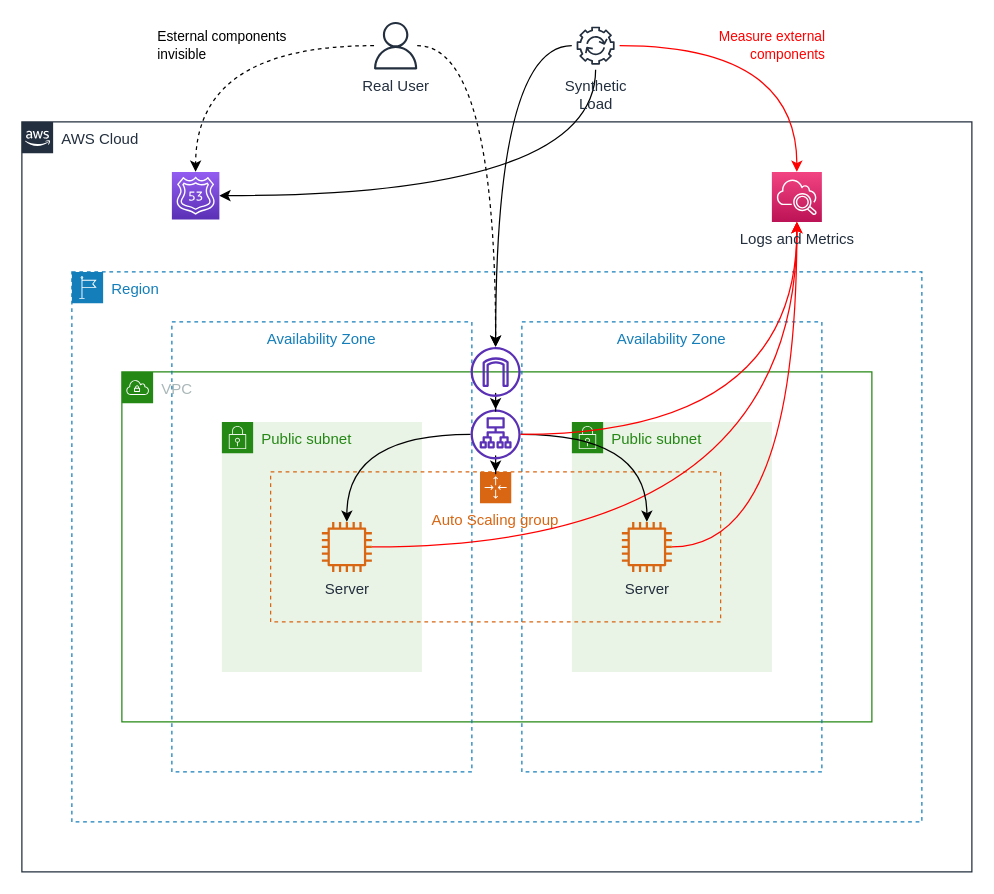
Above: workshop/static/BasicASG-with-user-and-synthetics.drawio in aws-samples/aws-fault-injection-simulator-workshop (draw.io), before the change. Source tidied: cells renumbered, new cells numbered last; positions are measured from the earlier drawing's top-left corner, leaving out a move shared by most shapes. Both pictures are drawn from the tidied source at 125%, with x=0, y=0 at pixel (21, 21).
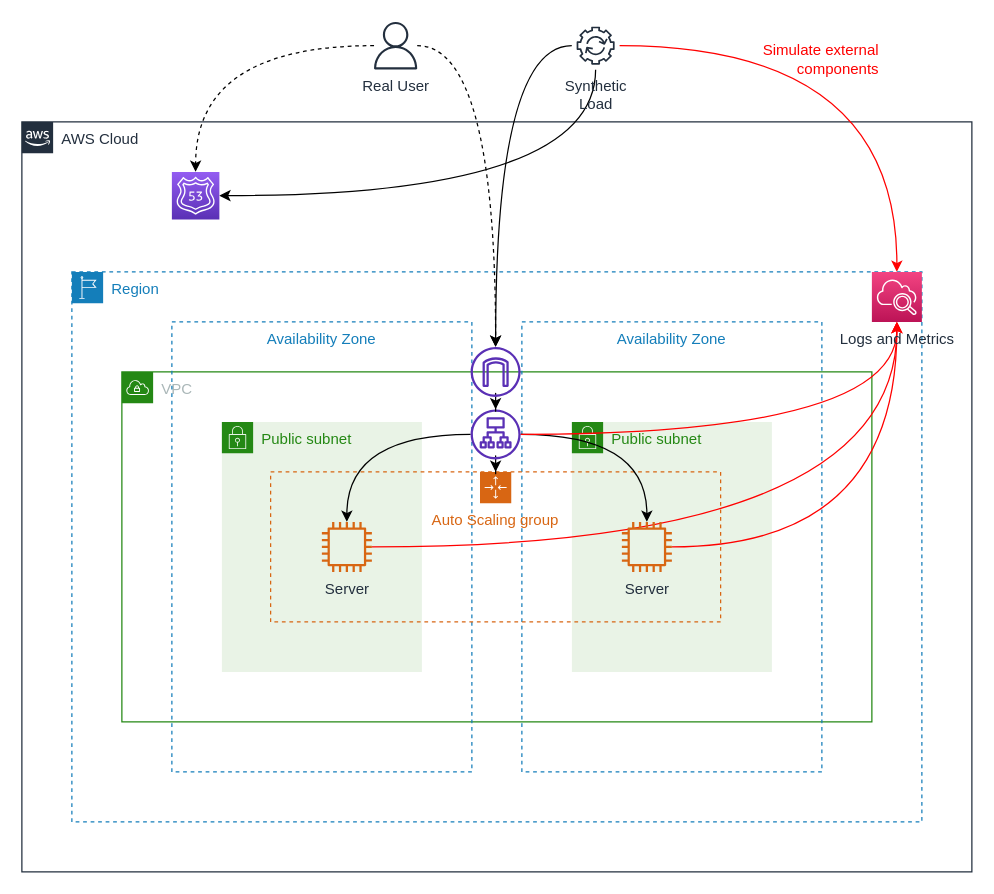
The same diagram, later.

Commit message (it also covers changes not shown here):
Fix images: typo for external, move cloudwatch into region, add external data logging visualization

Unchanged cells that the change refers to:
```xml
<mxCell id="23" value="Real User" style="outlineConnect=0;fontColor=#232F3E;gradientColor=none;fillColor=#232F3E;strokeColor=none;dashed=0;verticalLabelPosition=bottom;verticalAlign=top;align=center;html=1;fontSize=12;fontStyle=0;shape=mxgraph.aws4.user;" parent="1" vertex="1">
  <mxGeometry x="280" width="38" height="38" as="geometry" />
</mxCell>
<mxCell id="24" style="points=[[0,0,0],[0.25,0,0],[0.5,0,0],[0.75,0,0],[1,0,0],[0,1,0],[0.25,1,0],[0.5,1,0],[0.75,1,0],[1,1,0],[0,0.25,0],[0,0.5,0],[0,0.75,0],[1,0.25,0],[1,0.5,0],[1,0.75,0]];outlineConnect=0;fontColor=#232F3E;gradientColor=#945DF2;gradientDirection=north;fillColor=#5A30B5;strokeColor=#ffffff;dashed=0;verticalLabelPosition=bottom;verticalAlign=top;align=center;html=1;fontSize=12;fontStyle=0;shape=mxgraph.aws4.resourceIcon;resIcon=mxgraph.aws4.route_53;" parent="1" vertex="1">
  <mxGeometry x="120" y="120" width="38" height="38" as="geometry" />
</mxCell>
<mxCell id="29" value="Synthetic&lt;br&gt;Load" style="outlineConnect=0;fontColor=#232F3E;gradientColor=none;strokeColor=#232F3E;fillColor=#ffffff;dashed=0;verticalLabelPosition=bottom;verticalAlign=top;align=center;html=1;fontSize=12;fontStyle=0;shape=mxgraph.aws4.resourceIcon;resIcon=mxgraph.aws4.automation;" parent="1" vertex="1">
  <mxGeometry x="440" width="38" height="38" as="geometry" />
</mxCell>
```

Diff of the diagram source:
```diff
@@
-    <mxCell id="22" value="Esternal components&lt;br&gt;&lt;div style=&quot;text-align: left&quot;&gt;invisible&lt;/div&gt;" style="edgeStyle=orthogonalEdgeStyle;curved=1;rounded=0;jettySize=auto;html=1;dashed=1;labelBackgroundColor=none;" parent="1" edge="1" source="23" target="24">
+    <mxCell id="22" style="edgeStyle=orthogonalEdgeStyle;curved=1;rounded=0;jettySize=auto;html=1;dashed=1;labelBackgroundColor=none;" parent="1" edge="1" source="23" target="24">
       <mxGeometry relative="1" as="geometry" />
     </mxCell>
@@
     <mxCell id="25" value="Logs and Metrics" style="points=[[0,0,0],[0.25,0,0],[0.5,0,0],[0.75,0,0],[1,0,0],[0,1,0],[0.25,1,0],[0.5,1,0],[0.75,1,0],[1,1,0],[0,0.25,0],[0,0.5,0],[0,0.75,0],[1,0.25,0],[1,0.5,0],[1,0.75,0]];points=[[0,0,0],[0.25,0,0],[0.5,0,0],[0.75,0,0],[1,0,0],[0,1,0],[0.25,1,0],[0.5,1,0],[0.75,1,0],[1,1,0],[0,0.25,0],[0,0.5,0],[0,0.75,0],[1,0.25,0],[1,0.5,0],[1,0.75,0]];outlineConnect=0;fontColor=#232F3E;gradientColor=#F34482;gradientDirection=north;fillColor=#BC1356;strokeColor=#ffffff;dashed=0;verticalLabelPosition=bottom;verticalAlign=top;align=center;html=1;fontSize=12;fontStyle=0;shape=mxgraph.aws4.resourceIcon;resIcon=mxgraph.aws4.cloudwatch_2;" parent="1" vertex="1">
-      <mxGeometry x="600" y="120" width="40" height="40" as="geometry" />
+      <mxGeometry x="680" y="200" width="40" height="40" as="geometry" />
     </mxCell>
@@
-    <mxCell id="28" value="Measure external&lt;br&gt;&lt;div style=&quot;text-align: right&quot;&gt;components&lt;/div&gt;" style="edgeStyle=orthogonalEdgeStyle;curved=1;rounded=0;jettySize=auto;html=1;entryX=0.5;entryY=0;entryDx=0;entryDy=0;entryPerimeter=0;strokeColor=#FF0000;labelBackgroundColor=none;fontColor=#FF0000;" parent="1" edge="1" source="29" target="25">
-      <mxGeometry relative="1" as="geometry" />
+    <mxCell id="28" value="&lt;font style=&quot;font-size: 12px&quot;&gt;Simulate external&lt;br&gt;&lt;/font&gt;&lt;div style=&quot;text-align: right ; font-size: 12px&quot;&gt;&lt;font style=&quot;font-size: 12px&quot;&gt;components&lt;/font&gt;&lt;/div&gt;" style="edgeStyle=orthogonalEdgeStyle;curved=1;rounded=0;jettySize=auto;html=1;entryX=0.5;entryY=0;entryDx=0;entryDy=0;entryPerimeter=0;strokeColor=#FF0000;labelBackgroundColor=none;fontColor=#FF0000;" parent="1" edge="1" source="29" target="25">
+      <mxGeometry x="-0.2" y="-11" relative="1" as="geometry" />
     </mxCell>
```
